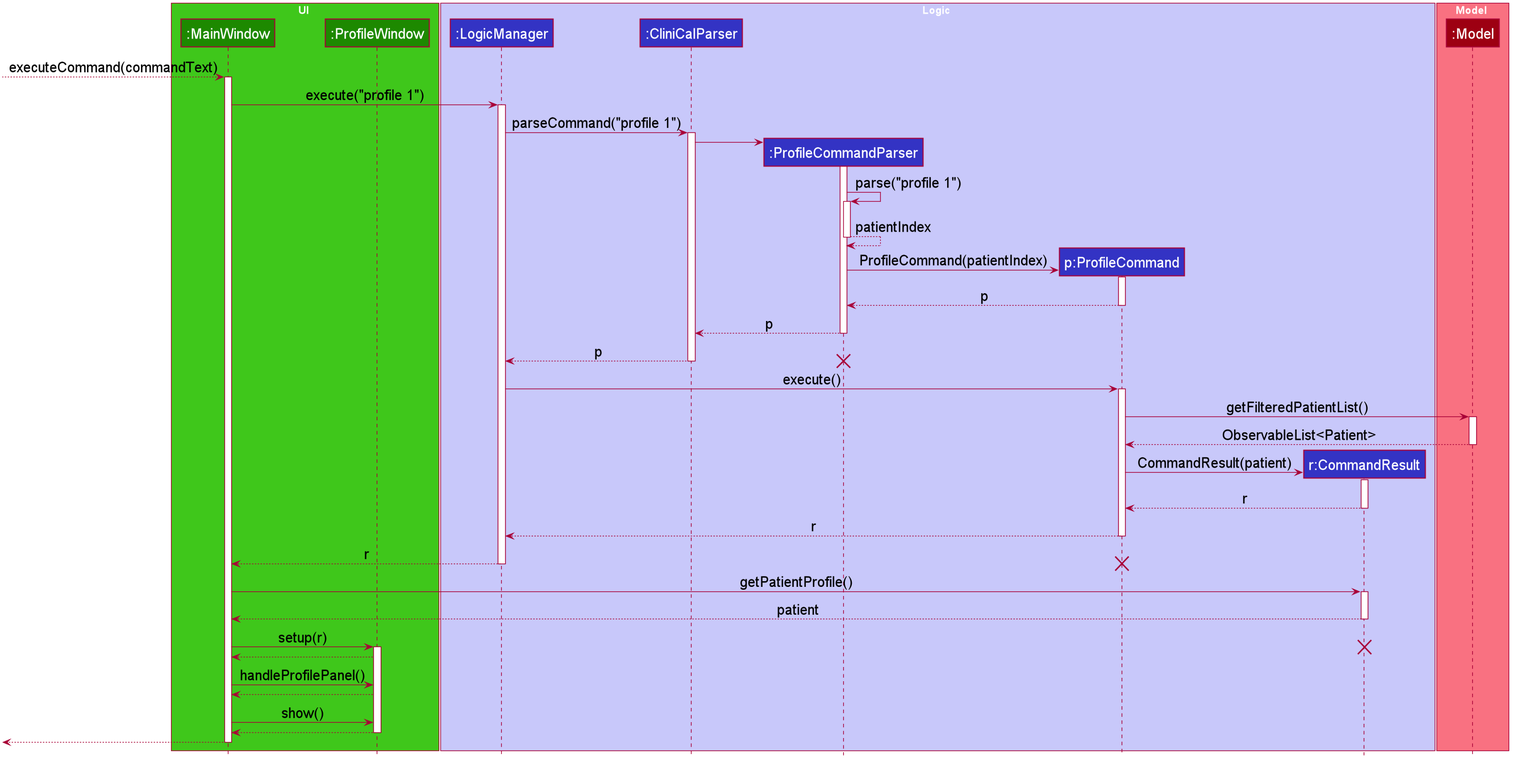
The PlantUML diagram docs/images/ProfileCommandSequenceDiagram.png in nus-cs2103-AY2021S1/tp, before a commit.
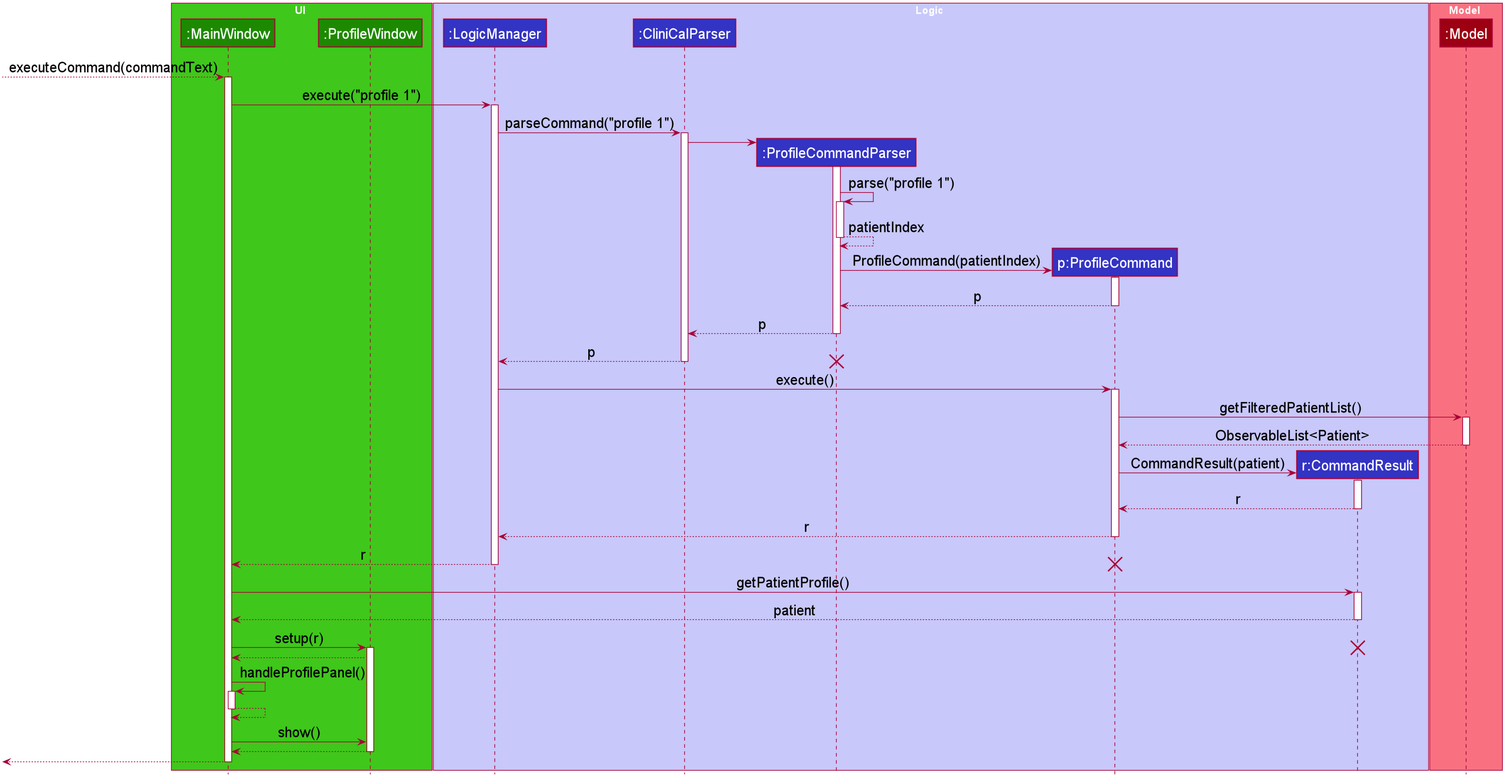
After the change.

The edit, as a diff of the source:
```diff
@@ -132,8 +132,14 @@
 activate ProfileWindow
 
 MainWindow <-- ProfileWindow
-MainWindow -> ProfileWindow : handleProfilePanel()
-MainWindow <-- ProfileWindow
+
+
+MainWindow -> MainWindow : handleProfilePanel()
+activate MainWindow
+
+MainWindow <-- MainWindow :
+deactivate MainWindow
+
 MainWindow -> ProfileWindow : show()
 MainWindow <-- ProfileWindow
 deactivate ProfileWindow
```
